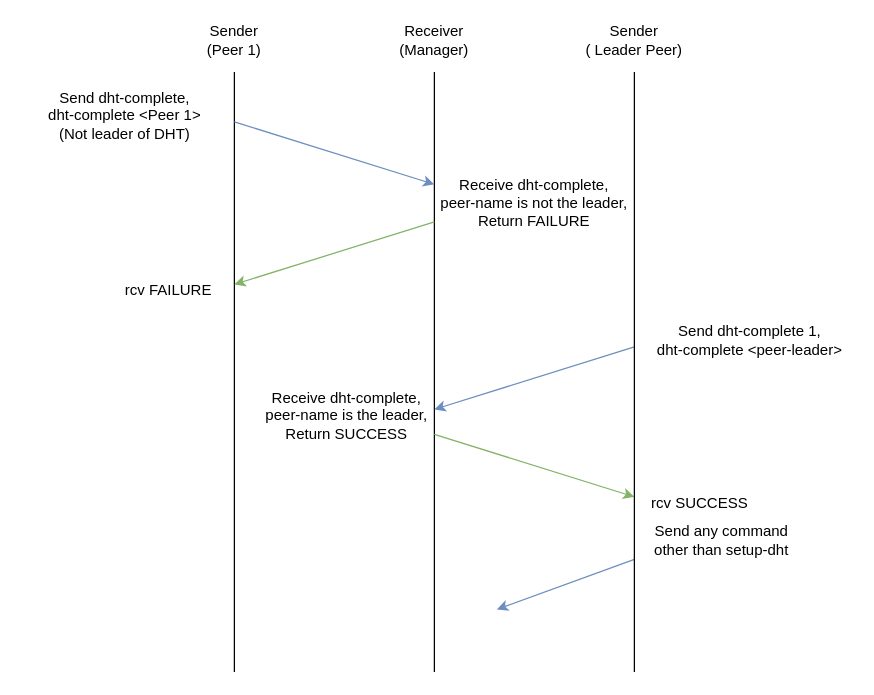
Before: TS3_with_other_peers.drawio in TalonRoberts/cse360_helloworld, a draw.io diagram. Source tidied: cells renumbered, new cells numbered last; positions are measured from the earlier drawing's top-left corner, leaving out a move shared by most shapes. Both pictures are drawn from the tidied source at 125%, with x=0, y=0 at pixel (21, 21).
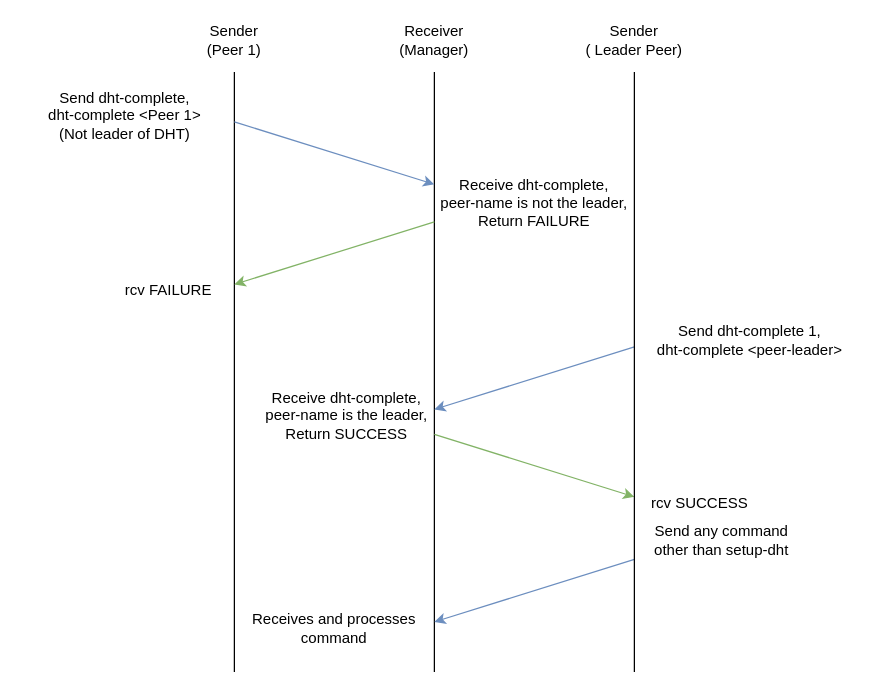
The same diagram, later.

Change to the diagram source:
```diff
@@
     <mxCell id="17" style="endArrow=classic;html=1;rounded=0;fillColor=#dae8fc;strokeColor=#6c8ebf;" parent="1" edge="1">
       <mxGeometry relative="1" as="geometry">
         <mxPoint x="490" y="430" as="sourcePoint" />
-        <mxPoint x="380" y="470" as="targetPoint" />
+        <mxPoint x="330" y="480" as="targetPoint" />
       </mxGeometry>
     </mxCell>
@@
+    <mxCell id="20" value="Receives and processes command" style="text;strokeColor=none;align=center;fillColor=none;html=1;verticalAlign=middle;whiteSpace=wrap;rounded=0;" parent="1" vertex="1">
+      <mxGeometry x="170" y="470" width="160" height="30" as="geometry" />
+    </mxCell>
```
